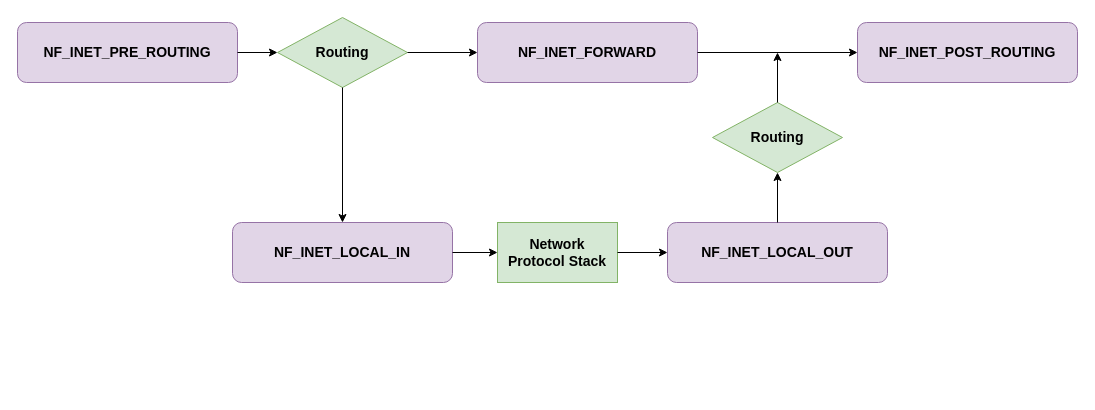
Above: netfilter.drawio in baoqger/drawing.io (draw.io), before the change. Source tidied: cells renumbered, new cells numbered last; positions are measured from the earlier drawing's top-left corner, leaving out a move shared by most shapes. Both pictures are drawn from the tidied source at 100%, with x=0, y=0 at pixel (17, 17).
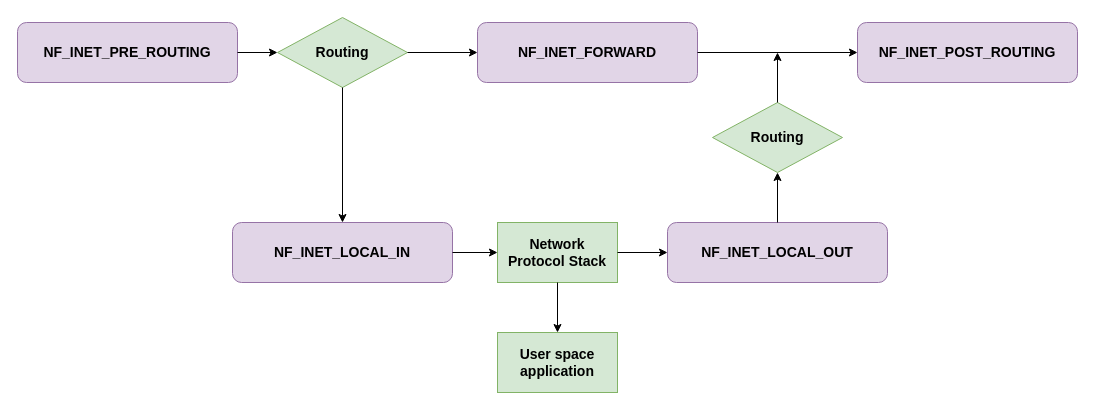
The same diagram, later.

The change refers to these unchanged cells:
```xml
<mxCell id="6" value="Network &lt;br&gt;Protocol Stack" style="rounded=0;whiteSpace=wrap;html=1;fontSize=14;fillColor=#d5e8d4;strokeColor=#82b366;fontStyle=1;" parent="1" vertex="1">
  <mxGeometry x="480" y="205" width="120" height="60" as="geometry" />
</mxCell>
```

Diff of the diagram source:
```diff
@@
+    <mxCell id="18" value="User space application" style="rounded=0;whiteSpace=wrap;html=1;fontSize=14;fillColor=#d5e8d4;strokeColor=#82b366;fontStyle=1;" parent="1" vertex="1">
+      <mxGeometry x="480" y="315" width="120" height="60" as="geometry" />
+    </mxCell>
+    <mxCell id="19" style="endArrow=classic;html=1;rounded=0;fontSize=14;exitX=0.5;exitY=1;exitDx=0;exitDy=0;entryX=0.5;entryY=0;entryDx=0;entryDy=0;" parent="1" edge="1" source="6" target="18">
+      <mxGeometry relative="1" as="geometry" />
+    </mxCell>
```
